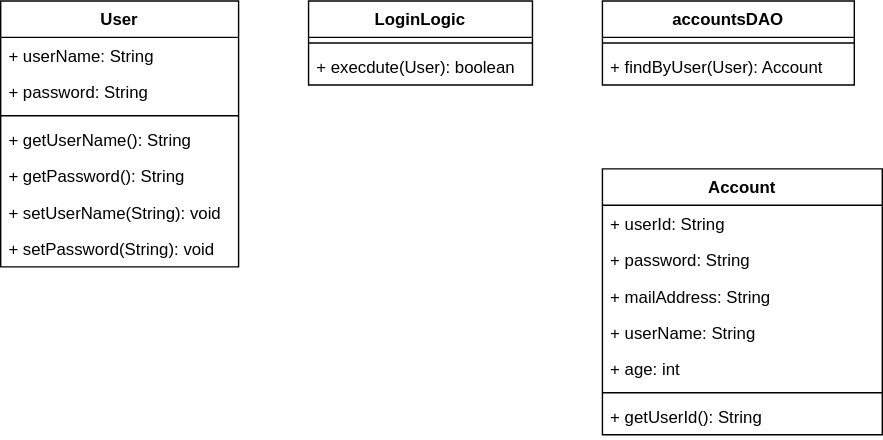
The draw.io diagram クラス図.drawio.svg in toyoaya/draw.io_exam, before a commit. Source tidied: cells renumbered, new cells last; positions are measured from the earlier drawing's top-left corner, leaving out a move shared by most shapes. The source it was exported from:
```xml
<mxGraphModel>
  <root>
    <mxCell id="0" />
    <mxCell id="1" parent="0" />
    <mxCell id="2" value="User" style="swimlane;fontStyle=1;align=center;verticalAlign=top;horizontal=1;startSize=26;whiteSpace=wrap;html=1;" parent="1" vertex="1">
      <mxGeometry width="170" height="190" as="geometry" />
    </mxCell>
    <mxCell id="3" value="+ userName: String" style="text;strokeColor=none;fillColor=none;align=left;verticalAlign=top;spacingLeft=4;spacingRight=4;overflow=hidden;whiteSpace=wrap;html=1;" parent="2" vertex="1">
      <mxGeometry y="26" width="170" height="26" as="geometry" />
    </mxCell>
    <mxCell id="4" value="+ password: String" style="text;strokeColor=none;fillColor=none;align=left;verticalAlign=top;spacingLeft=4;spacingRight=4;overflow=hidden;whiteSpace=wrap;html=1;" parent="2" vertex="1">
      <mxGeometry y="52" width="170" height="26" as="geometry" />
    </mxCell>
    <mxCell id="5" style="line;strokeWidth=1;fillColor=none;align=left;verticalAlign=middle;spacingTop=-1;spacingLeft=3;spacingRight=3;labelPosition=right;strokeColor=inherit;" parent="2" vertex="1">
      <mxGeometry y="78" width="170" height="8" as="geometry" />
    </mxCell>
    <mxCell id="6" value="+ getUserName(): String" style="text;strokeColor=none;fillColor=none;align=left;verticalAlign=top;spacingLeft=4;spacingRight=4;overflow=hidden;whiteSpace=wrap;html=1;" parent="2" vertex="1">
      <mxGeometry y="86" width="170" height="26" as="geometry" />
    </mxCell>
    <mxCell id="7" value="+ getPassword(): String" style="text;strokeColor=none;fillColor=none;align=left;verticalAlign=top;spacingLeft=4;spacingRight=4;overflow=hidden;whiteSpace=wrap;html=1;" parent="2" vertex="1">
      <mxGeometry y="112" width="170" height="26" as="geometry" />
    </mxCell>
    <mxCell id="8" value="+ setUserName(String): void" style="text;strokeColor=none;fillColor=none;align=left;verticalAlign=top;spacingLeft=4;spacingRight=4;overflow=hidden;whiteSpace=wrap;html=1;" parent="2" vertex="1">
      <mxGeometry y="138" width="170" height="26" as="geometry" />
    </mxCell>
    <mxCell id="9" value="+ setPassword(String): void" style="text;strokeColor=none;fillColor=none;align=left;verticalAlign=top;spacingLeft=4;spacingRight=4;overflow=hidden;whiteSpace=wrap;html=1;" parent="2" vertex="1">
      <mxGeometry y="164" width="170" height="26" as="geometry" />
    </mxCell>
    <mxCell id="10" value="LoginLogic" style="swimlane;fontStyle=1;align=center;verticalAlign=top;horizontal=1;startSize=26;whiteSpace=wrap;html=1;" parent="1" vertex="1">
      <mxGeometry x="220" width="160" height="60" as="geometry" />
    </mxCell>
    <mxCell id="11" style="line;strokeWidth=1;fillColor=none;align=left;verticalAlign=middle;spacingTop=-1;spacingLeft=3;spacingRight=3;labelPosition=right;strokeColor=inherit;" parent="10" vertex="1">
      <mxGeometry y="26" width="160" height="8" as="geometry" />
    </mxCell>
    <mxCell id="12" value="+ execdute(User): boolean" style="text;strokeColor=none;fillColor=none;align=left;verticalAlign=top;spacingLeft=4;spacingRight=4;overflow=hidden;whiteSpace=wrap;html=1;" parent="10" vertex="1">
      <mxGeometry y="34" width="160" height="26" as="geometry" />
    </mxCell>
    <mxCell id="13" value="accountsDAO" style="swimlane;fontStyle=1;align=center;verticalAlign=top;horizontal=1;startSize=26;whiteSpace=wrap;html=1;" parent="1" vertex="1">
      <mxGeometry x="430" width="180" height="60" as="geometry" />
    </mxCell>
    <mxCell id="14" style="line;strokeWidth=1;fillColor=none;align=left;verticalAlign=middle;spacingTop=-1;spacingLeft=3;spacingRight=3;labelPosition=right;strokeColor=inherit;" parent="13" vertex="1">
      <mxGeometry y="26" width="180" height="8" as="geometry" />
    </mxCell>
    <mxCell id="15" value="+ findByUser(User): Account" style="text;strokeColor=none;fillColor=none;align=left;verticalAlign=top;spacingLeft=4;spacingRight=4;overflow=hidden;whiteSpace=wrap;html=1;" parent="13" vertex="1">
      <mxGeometry y="34" width="180" height="26" as="geometry" />
    </mxCell>
    <mxCell id="16" value="Account" style="swimlane;fontStyle=1;align=center;verticalAlign=top;horizontal=1;startSize=26;whiteSpace=wrap;html=1;" parent="1" vertex="1">
      <mxGeometry x="430" y="120" width="200" height="190" as="geometry" />
    </mxCell>
    <mxCell id="17" value="+ userId: String" style="text;strokeColor=none;fillColor=none;align=left;verticalAlign=top;spacingLeft=4;spacingRight=4;overflow=hidden;whiteSpace=wrap;html=1;" parent="16" vertex="1">
      <mxGeometry y="26" width="200" height="26" as="geometry" />
    </mxCell>
    <mxCell id="18" value="+ password: String" style="text;strokeColor=none;fillColor=none;align=left;verticalAlign=top;spacingLeft=4;spacingRight=4;overflow=hidden;whiteSpace=wrap;html=1;" parent="16" vertex="1">
      <mxGeometry y="52" width="200" height="26" as="geometry" />
    </mxCell>
    <mxCell id="19" value="+ mailAddress: String" style="text;strokeColor=none;fillColor=none;align=left;verticalAlign=top;spacingLeft=4;spacingRight=4;overflow=hidden;whiteSpace=wrap;html=1;" parent="16" vertex="1">
      <mxGeometry y="78" width="200" height="26" as="geometry" />
    </mxCell>
    <mxCell id="20" value="+ userName: String" style="text;strokeColor=none;fillColor=none;align=left;verticalAlign=top;spacingLeft=4;spacingRight=4;overflow=hidden;whiteSpace=wrap;html=1;" parent="16" vertex="1">
      <mxGeometry y="104" width="200" height="26" as="geometry" />
    </mxCell>
    <mxCell id="21" value="+ age: int" style="text;strokeColor=none;fillColor=none;align=left;verticalAlign=top;spacingLeft=4;spacingRight=4;overflow=hidden;whiteSpace=wrap;html=1;" parent="16" vertex="1">
      <mxGeometry y="130" width="200" height="26" as="geometry" />
    </mxCell>
    <mxCell id="22" style="line;strokeWidth=1;fillColor=none;align=left;verticalAlign=middle;spacingTop=-1;spacingLeft=3;spacingRight=3;labelPosition=right;strokeColor=inherit;" parent="16" vertex="1">
      <mxGeometry y="156" width="200" height="8" as="geometry" />
    </mxCell>
    <mxCell id="23" value="+ getUserId(): String" style="text;strokeColor=none;fillColor=none;align=left;verticalAlign=top;spacingLeft=4;spacingRight=4;overflow=hidden;whiteSpace=wrap;html=1;" parent="16" vertex="1">
      <mxGeometry y="164" width="200" height="26" as="geometry" />
    </mxCell>
  </root>
</mxGraphModel>
```
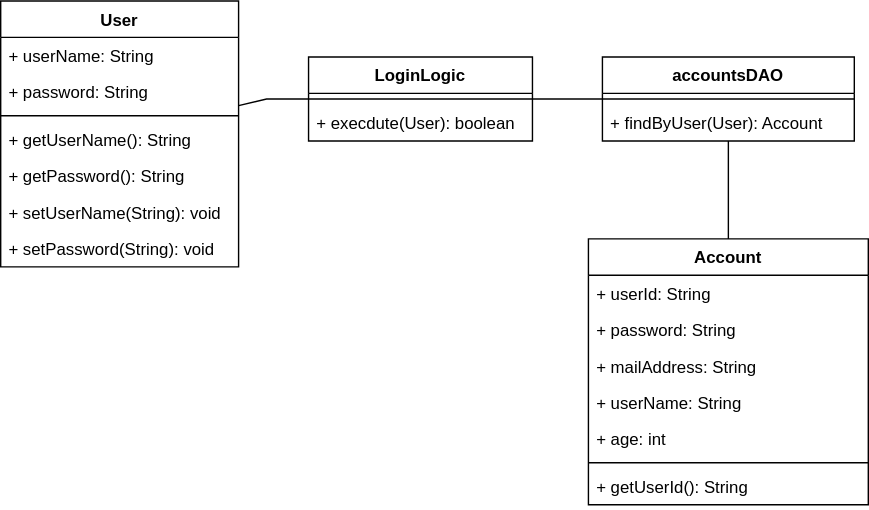
After the change.

Commit message:
クラス図.drawio.svg を更新します

What changed in the source:
```diff
@@ -3,7 +3,7 @@
     <mxCell id="0" />
     <mxCell id="1" parent="0" />
     <mxCell id="2" value="User" style="swimlane;fontStyle=1;align=center;verticalAlign=top;horizontal=1;startSize=26;whiteSpace=wrap;html=1;" parent="1" vertex="1">
-      <mxGeometry width="170" height="190" as="geometry" />
+      <mxGeometry y="-40" width="170" height="190" as="geometry" />
     </mxCell>
     <mxCell id="3" value="+ userName: String" style="text;strokeColor=none;fillColor=none;align=left;verticalAlign=top;spacingLeft=4;spacingRight=4;overflow=hidden;whiteSpace=wrap;html=1;" parent="2" vertex="1">
       <mxGeometry y="26" width="170" height="26" as="geometry" />
@@ -45,7 +45,7 @@
       <mxGeometry y="34" width="180" height="26" as="geometry" />
     </mxCell>
     <mxCell id="16" value="Account" style="swimlane;fontStyle=1;align=center;verticalAlign=top;horizontal=1;startSize=26;whiteSpace=wrap;html=1;" parent="1" vertex="1">
-      <mxGeometry x="430" y="120" width="200" height="190" as="geometry" />
+      <mxGeometry x="420" y="130" width="200" height="190" as="geometry" />
     </mxCell>
     <mxCell id="17" value="+ userId: String" style="text;strokeColor=none;fillColor=none;align=left;verticalAlign=top;spacingLeft=4;spacingRight=4;overflow=hidden;whiteSpace=wrap;html=1;" parent="16" vertex="1">
       <mxGeometry y="26" width="200" height="26" as="geometry" />
@@ -68,5 +68,18 @@
     <mxCell id="23" value="+ getUserId(): String" style="text;strokeColor=none;fillColor=none;align=left;verticalAlign=top;spacingLeft=4;spacingRight=4;overflow=hidden;whiteSpace=wrap;html=1;" parent="16" vertex="1">
       <mxGeometry y="164" width="200" height="26" as="geometry" />
     </mxCell>
+    <mxCell id="24" style="endArrow=none;html=1;rounded=0;" parent="1" edge="1" source="2" target="10">
+      <mxGeometry relative="1" as="geometry">
+        <Array as="points">
+          <mxPoint x="190" y="30" />
+        </Array>
+      </mxGeometry>
+    </mxCell>
+    <mxCell id="25" style="endArrow=none;html=1;rounded=0;" parent="1" edge="1" source="10" target="13">
+      <mxGeometry relative="1" as="geometry" />
+    </mxCell>
+    <mxCell id="26" style="endArrow=none;html=1;rounded=0;" parent="1" edge="1" source="16" target="13">
+      <mxGeometry relative="1" as="geometry" />
+    </mxCell>
   </root>
 </mxGraphModel>
```
